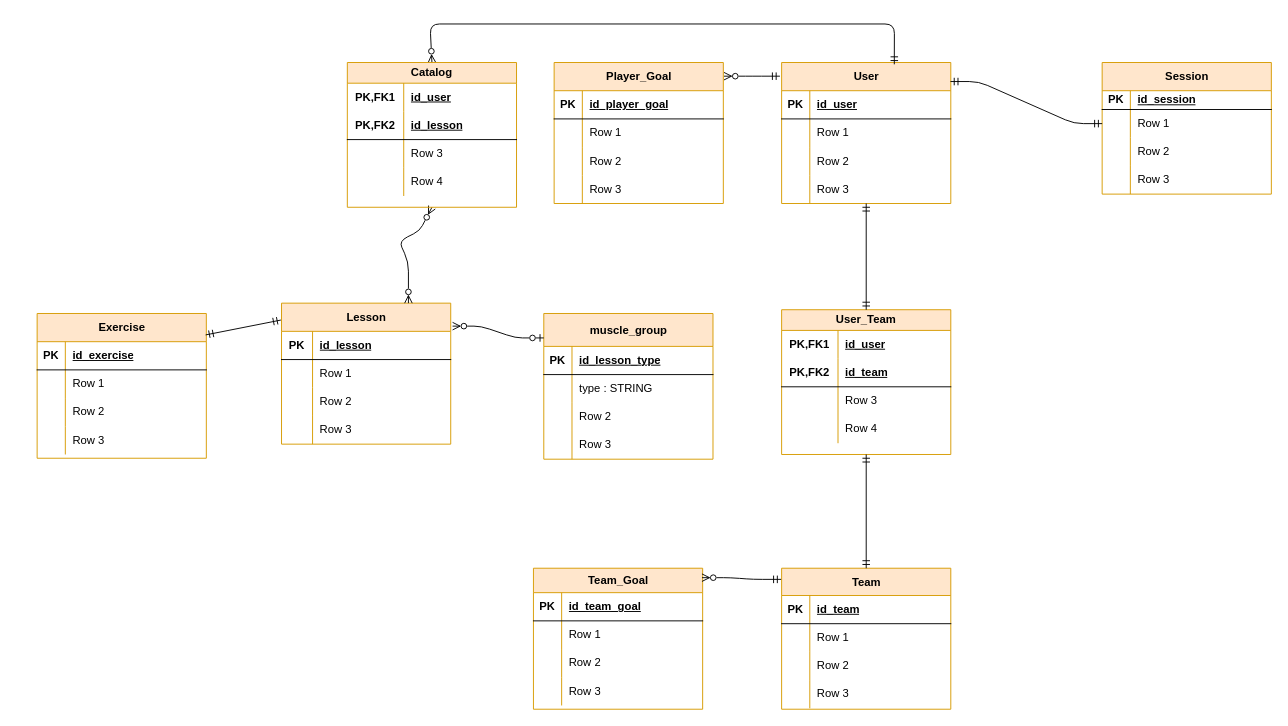
This is trackerERD.drawio from SleepiestFool01/seiv-team9-fitness-tracker-backend, a draw.io file, before an edit. Source tidied: cells renumbered, new cells numbered last; positions are measured from the earlier drawing's top-left corner, leaving out a move shared by most shapes. Both pictures are drawn from the tidied source at 94%, with x=0, y=0 at pixel (37, 24).
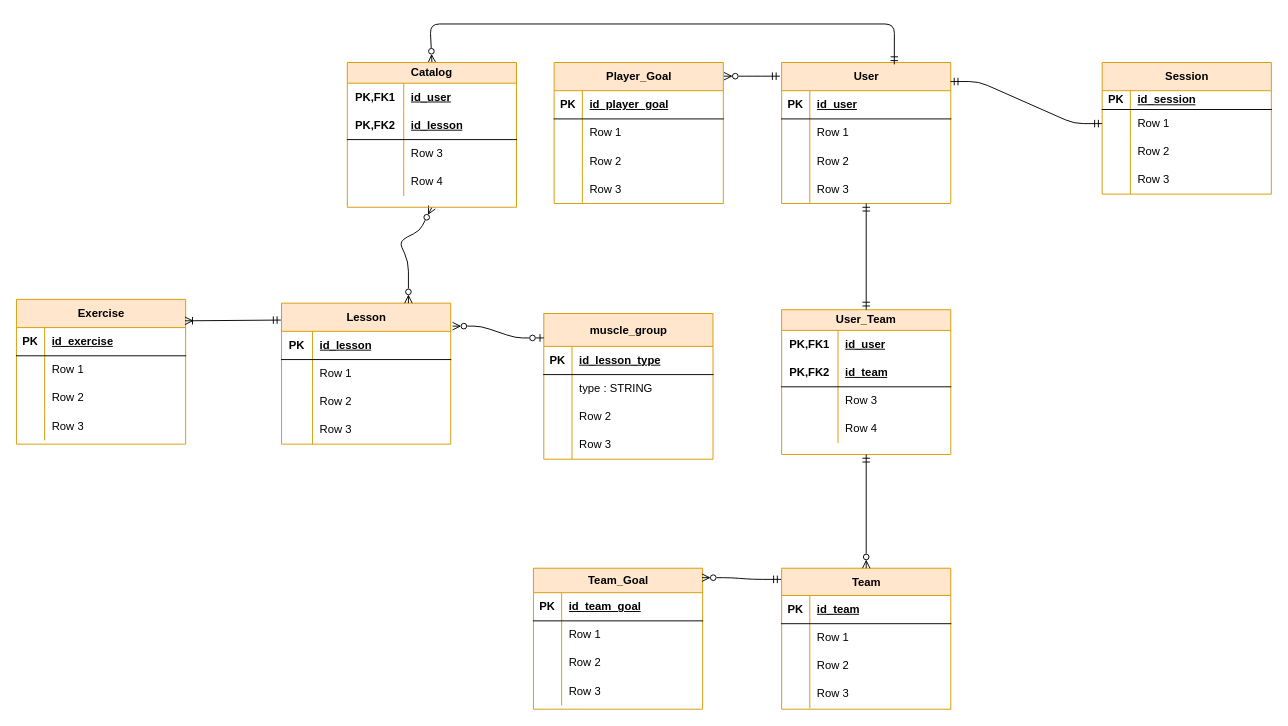
The same diagram, later.

Unchanged cells that the change refers to:
```xml
<mxCell id="28" value="Lesson" style="shape=table;startSize=30;childLayout=tableLayout;rowLines=0;fontStyle=1;align=center;html=1;fillColor=#ffe6cc;strokeColor=#d79b00;" parent="1" vertex="1">
  <mxGeometry x="260" y="297" width="180" height="150" as="geometry" />
</mxCell>
<mxCell id="80" value="Team" style="shape=table;startSize=29;childLayout=tableLayout;rowLines=0;fontStyle=1;align=center;html=1;fillColor=#ffe6cc;strokeColor=#d79b00;" parent="1" vertex="1">
  <mxGeometry x="792" y="579" width="180" height="150" as="geometry" />
</mxCell>
<mxCell id="93" value="User_Team" style="shape=table;startSize=22;childLayout=tableLayout;rowLines=0;fontStyle=1;align=center;html=1;whiteSpace=wrap;fillColor=#ffe6cc;strokeColor=#d79b00;" parent="1" vertex="1">
  <mxGeometry x="792" y="304" width="180" height="154" as="geometry" />
</mxCell>
```

What changed in the source:
```diff
@@
     <mxCell id="15" value="Exercise" style="shape=table;startSize=30;childLayout=tableLayout;rowLines=0;fontStyle=1;align=center;html=1;fillColor=#ffe6cc;strokeColor=#d79b00;" parent="1" vertex="1">
-      <mxGeometry y="308" width="180" height="154" as="geometry" />
+      <mxGeometry x="-22" y="293" width="180" height="154" as="geometry" />
     </mxCell>
@@
-    <mxCell id="108" style="fontSize=12;html=1;endArrow=ERmandOne;startArrow=ERmandOne;exitX=0.5;exitY=0;exitDx=0;exitDy=0;" parent="1" edge="1" source="80" target="93">
+    <mxCell id="108" style="fontSize=12;html=1;endArrow=ERmandOne;startArrow=ERzeroToMany;exitX=0.5;exitY=0;exitDx=0;exitDy=0;startFill=0;" parent="1" edge="1" source="80" target="93">
       <mxGeometry relative="1" as="geometry" />
     </mxCell>
-    <mxCell id="109" style="fontSize=12;html=1;endArrow=ERmandOne;startArrow=ERmandOne;exitX=0.996;exitY=0.148;exitDx=0;exitDy=0;exitPerimeter=0;entryX=-0.004;entryY=0.12;entryDx=0;entryDy=0;entryPerimeter=0;" parent="1" edge="1" source="15" target="28">
+    <mxCell id="109" style="fontSize=12;html=1;endArrow=ERmandOne;startArrow=ERoneToMany;exitX=0.996;exitY=0.148;exitDx=0;exitDy=0;exitPerimeter=0;entryX=-0.004;entryY=0.12;entryDx=0;entryDy=0;entryPerimeter=0;startFill=0;" parent="1" edge="1" source="15" target="28">
       <mxGeometry relative="1" as="geometry" />
     </mxCell>
```
